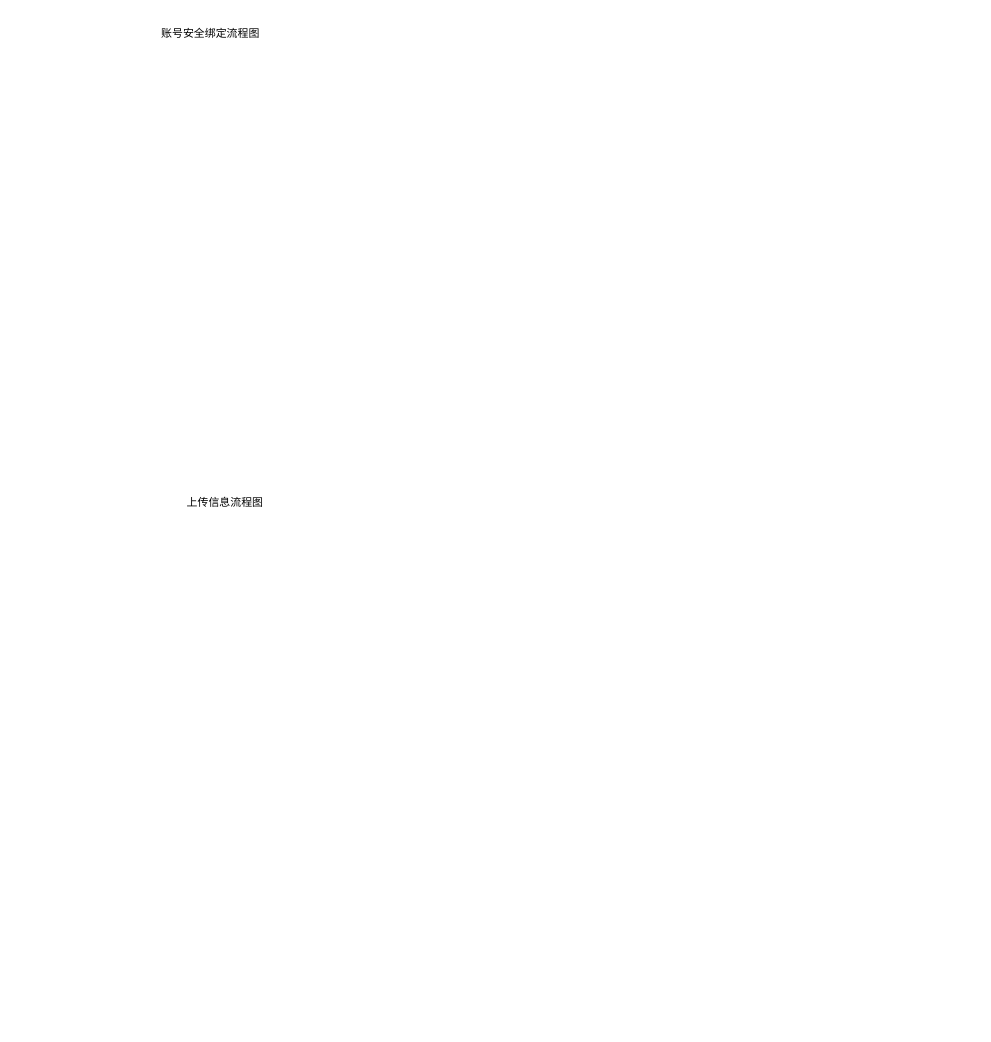
The draw.io diagram page "个人中心模块" (2 of 2) of 校园信息发布平台流程图.drawio in zzsbz/infodeli_drawio, before the edit. Source tidied: cells renumbered, new cells numbered last; positions are measured from the earlier drawing's top-left corner, leaving out a move shared by most shapes. Both pictures are drawn from the tidied source at 91%, with x=0, y=0 at pixel (34, 25).
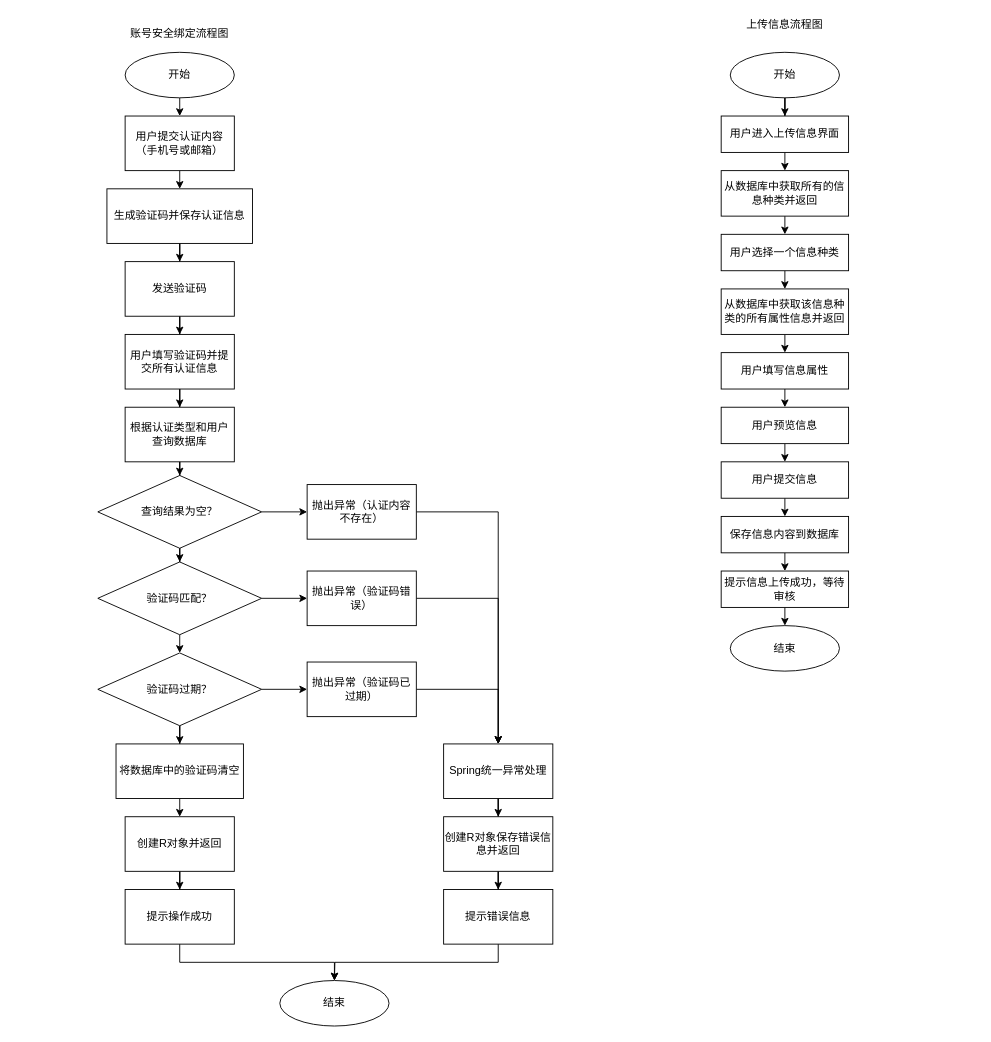
The same page after the edit.

What changed in the source:
```diff
@@
     <mxCell id="2" value="账号安全绑定流程图" style="text;html=1;strokeColor=none;fillColor=none;align=center;verticalAlign=middle;whiteSpace=wrap;rounded=0;" parent="1" vertex="1">
-      <mxGeometry x="14" width="360" height="20" as="geometry" />
+      <mxGeometry x="-20" width="360" height="20" as="geometry" />
     </mxCell>
     <mxCell id="3" value="上传信息流程图" style="text;html=1;strokeColor=none;fillColor=none;align=center;verticalAlign=middle;whiteSpace=wrap;rounded=0;" parent="1" vertex="1">
-      <mxGeometry y="515" width="420" height="20" as="geometry" />
+      <mxGeometry x="615" y="-10" width="420" height="20" as="geometry" />
     </mxCell>
+    <mxCell id="4" style="edgeStyle=orthogonalEdgeStyle;rounded=0;jettySize=auto;html=1;exitX=0.5;exitY=1;exitDx=0;exitDy=0;entryX=0.5;entryY=0;entryDx=0;entryDy=0;" parent="1" edge="1" source="5" target="11">
+      <mxGeometry relative="1" as="geometry" />
+    </mxCell>
+    <mxCell id="5" value="开始" style="ellipse;whiteSpace=wrap;html=1;" parent="1" vertex="1">
+      <mxGeometry x="100" y="30" width="120" height="50" as="geometry" />
+    </mxCell>
+    <mxCell id="6" value="结束" style="ellipse;whiteSpace=wrap;html=1;" parent="1" vertex="1">
+      <mxGeometry x="270" y="1050" width="120" height="50" as="geometry" />
+    </mxCell>
+    <mxCell id="7" value="结束" style="ellipse;whiteSpace=wrap;html=1;" parent="1" vertex="1">
+      <mxGeometry x="765" y="660" width="120" height="50" as="geometry" />
+    </mxCell>
+    <mxCell id="8" style="edgeStyle=orthogonalEdgeStyle;rounded=0;jettySize=auto;html=1;entryX=0.5;entryY=0;entryDx=0;entryDy=0;" parent="1" edge="1" source="9" target="48">
+      <mxGeometry relative="1" as="geometry" />
+    </mxCell>
+    <mxCell id="9" value="开始" style="ellipse;whiteSpace=wrap;html=1;" parent="1" vertex="1">
+      <mxGeometry x="765" y="30" width="120" height="50" as="geometry" />
+    </mxCell>
+    <mxCell id="10" style="edgeStyle=orthogonalEdgeStyle;rounded=0;jettySize=auto;html=1;exitX=0.5;exitY=1;exitDx=0;exitDy=0;entryX=0.5;entryY=0;entryDx=0;entryDy=0;" parent="1" edge="1" source="11" target="13">
+      <mxGeometry relative="1" as="geometry" />
+    </mxCell>
+    <mxCell id="11" value="用户提交认证内容（手机号或邮箱）" style="rounded=0;whiteSpace=wrap;html=1;" parent="1" vertex="1">
+      <mxGeometry x="100" y="100" width="120" height="60" as="geometry" />
+    </mxCell>
+    <mxCell id="12" style="edgeStyle=orthogonalEdgeStyle;rounded=0;jettySize=auto;html=1;exitX=0.5;exitY=1;exitDx=0;exitDy=0;" parent="1" edge="1" source="13" target="15">
+      <mxGeometry relative="1" as="geometry" />
+    </mxCell>
+    <mxCell id="13" value="生成验证码并保存认证信息" style="rounded=0;whiteSpace=wrap;html=1;" parent="1" vertex="1">
+      <mxGeometry x="80" y="180" width="160" height="60" as="geometry" />
+    </mxCell>
+    <mxCell id="14" style="edgeStyle=orthogonalEdgeStyle;rounded=0;jettySize=auto;html=1;exitX=0.5;exitY=1;exitDx=0;exitDy=0;" parent="1" edge="1" source="15" target="17">
+      <mxGeometry relative="1" as="geometry" />
+    </mxCell>
+    <mxCell id="15" value="发送验证码" style="rounded=0;whiteSpace=wrap;html=1;" parent="1" vertex="1">
+      <mxGeometry x="100" y="260" width="120" height="60" as="geometry" />
+    </mxCell>
+    <mxCell id="16" style="edgeStyle=orthogonalEdgeStyle;rounded=0;jettySize=auto;html=1;exitX=0.5;exitY=1;exitDx=0;exitDy=0;" parent="1" edge="1" source="17" target="19">
+      <mxGeometry relative="1" as="geometry" />
+    </mxCell>
+    <mxCell id="17" value="用户填写验证码并提交所有认证信息" style="rounded=0;whiteSpace=wrap;html=1;" parent="1" vertex="1">
+      <mxGeometry x="100" y="340" width="120" height="60" as="geometry" />
+    </mxCell>
+    <mxCell id="18" style="edgeStyle=orthogonalEdgeStyle;rounded=0;jettySize=auto;html=1;exitX=0.5;exitY=1;exitDx=0;exitDy=0;" parent="1" edge="1" source="19" target="24">
+      <mxGeometry relative="1" as="geometry" />
+    </mxCell>
+    <mxCell id="19" value="根据认证类型和用户查询数据库" style="rounded=0;whiteSpace=wrap;html=1;" parent="1" vertex="1">
+      <mxGeometry x="100" y="420" width="120" height="60" as="geometry" />
+    </mxCell>
+    <mxCell id="20" style="edgeStyle=orthogonalEdgeStyle;rounded=0;jettySize=auto;html=1;exitX=1;exitY=0.5;exitDx=0;exitDy=0;" parent="1" edge="1" source="21" target="26">
+      <mxGeometry relative="1" as="geometry" />
+    </mxCell>
+    <mxCell id="21" value="抛出异常（认证内容不存在）" style="rounded=0;whiteSpace=wrap;html=1;" parent="1" vertex="1">
+      <mxGeometry x="300" y="505" width="120" height="60" as="geometry" />
+    </mxCell>
+    <mxCell id="22" style="edgeStyle=orthogonalEdgeStyle;rounded=0;jettySize=auto;html=1;exitX=1;exitY=0.5;exitDx=0;exitDy=0;" parent="1" edge="1" source="24" target="21">
+      <mxGeometry relative="1" as="geometry" />
+    </mxCell>
+    <mxCell id="23" style="edgeStyle=orthogonalEdgeStyle;rounded=0;jettySize=auto;html=1;exitX=0.5;exitY=1;exitDx=0;exitDy=0;" parent="1" edge="1" source="24" target="31">
+      <mxGeometry relative="1" as="geometry" />
+    </mxCell>
+    <mxCell id="24" value="查询结果为空？" style="rhombus;whiteSpace=wrap;html=1;" parent="1" vertex="1">
+      <mxGeometry x="70" y="495" width="180" height="80" as="geometry" />
+    </mxCell>
+    <mxCell id="25" style="edgeStyle=orthogonalEdgeStyle;rounded=0;jettySize=auto;html=1;exitX=0.5;exitY=1;exitDx=0;exitDy=0;" parent="1" edge="1" source="26" target="42">
+      <mxGeometry relative="1" as="geometry" />
+    </mxCell>
+    <mxCell id="26" value="Spring统一异常处理" style="rounded=0;whiteSpace=wrap;html=1;" parent="1" vertex="1">
+      <mxGeometry x="450" y="790" width="120" height="60" as="geometry" />
+    </mxCell>
+    <mxCell id="27" style="edgeStyle=orthogonalEdgeStyle;rounded=0;jettySize=auto;html=1;exitX=1;exitY=0.5;exitDx=0;exitDy=0;" parent="1" edge="1" source="28" target="26">
+      <mxGeometry relative="1" as="geometry" />
+    </mxCell>
+    <mxCell id="28" value="抛出异常（验证码错误）" style="rounded=0;whiteSpace=wrap;html=1;" parent="1" vertex="1">
+      <mxGeometry x="300" y="600" width="120" height="60" as="geometry" />
+    </mxCell>
+    <mxCell id="29" style="edgeStyle=orthogonalEdgeStyle;rounded=0;jettySize=auto;html=1;exitX=1;exitY=0.5;exitDx=0;exitDy=0;entryX=0;entryY=0.5;entryDx=0;entryDy=0;" parent="1" edge="1" source="31" target="28">
+      <mxGeometry relative="1" as="geometry" />
+    </mxCell>
+    <mxCell id="30" style="edgeStyle=orthogonalEdgeStyle;rounded=0;jettySize=auto;html=1;exitX=0.5;exitY=1;exitDx=0;exitDy=0;entryX=0.5;entryY=0;entryDx=0;entryDy=0;" parent="1" edge="1" source="31" target="34">
+      <mxGeometry relative="1" as="geometry" />
+    </mxCell>
+    <mxCell id="31" value="验证码匹配？" style="rhombus;whiteSpace=wrap;html=1;" parent="1" vertex="1">
+      <mxGeometry x="70" y="590" width="180" height="80" as="geometry" />
+    </mxCell>
+    <mxCell id="32" style="edgeStyle=orthogonalEdgeStyle;rounded=0;jettySize=auto;html=1;exitX=1;exitY=0.5;exitDx=0;exitDy=0;" parent="1" edge="1" source="34" target="36">
+      <mxGeometry relative="1" as="geometry" />
+    </mxCell>
+    <mxCell id="33" style="edgeStyle=orthogonalEdgeStyle;rounded=0;jettySize=auto;html=1;exitX=0.5;exitY=1;exitDx=0;exitDy=0;" parent="1" edge="1" source="34" target="38">
+      <mxGeometry relative="1" as="geometry" />
+    </mxCell>
+    <mxCell id="34" value="验证码过期？" style="rhombus;whiteSpace=wrap;html=1;" parent="1" vertex="1">
+      <mxGeometry x="70" y="690" width="180" height="80" as="geometry" />
+    </mxCell>
+    <mxCell id="35" style="edgeStyle=orthogonalEdgeStyle;rounded=0;jettySize=auto;html=1;exitX=1;exitY=0.5;exitDx=0;exitDy=0;" parent="1" edge="1" source="36" target="26">
+      <mxGeometry relative="1" as="geometry" />
+    </mxCell>
+    <mxCell id="36" value="抛出异常（验证码已过期）" style="rounded=0;whiteSpace=wrap;html=1;" parent="1" vertex="1">
+      <mxGeometry x="300" y="700" width="120" height="60" as="geometry" />
+    </mxCell>
+    <mxCell id="37" style="edgeStyle=orthogonalEdgeStyle;rounded=0;jettySize=auto;html=1;exitX=0.5;exitY=1;exitDx=0;exitDy=0;entryX=0.5;entryY=0;entryDx=0;entryDy=0;" parent="1" edge="1" source="38" target="40">
+      <mxGeometry relative="1" as="geometry" />
+    </mxCell>
+    <mxCell id="38" value="将数据库中的验证码清空" style="rounded=0;whiteSpace=wrap;html=1;" parent="1" vertex="1">
+      <mxGeometry x="90" y="790" width="140" height="60" as="geometry" />
+    </mxCell>
+    <mxCell id="39" style="edgeStyle=orthogonalEdgeStyle;rounded=0;jettySize=auto;html=1;exitX=0.5;exitY=1;exitDx=0;exitDy=0;" parent="1" edge="1" source="40" target="44">
+      <mxGeometry relative="1" as="geometry" />
+    </mxCell>
+    <mxCell id="40" value="创建R对象并返回" style="rounded=0;whiteSpace=wrap;html=1;" parent="1" vertex="1">
+      <mxGeometry x="100" y="870" width="120" height="60" as="geometry" />
+    </mxCell>
+    <mxCell id="41" style="edgeStyle=orthogonalEdgeStyle;rounded=0;jettySize=auto;html=1;exitX=0.5;exitY=1;exitDx=0;exitDy=0;" parent="1" edge="1" source="42" target="46">
+      <mxGeometry relative="1" as="geometry" />
+    </mxCell>
+    <mxCell id="42" value="创建R对象保存错误信息并返回" style="rounded=0;whiteSpace=wrap;html=1;" parent="1" vertex="1">
+      <mxGeometry x="450" y="870" width="120" height="60" as="geometry" />
+    </mxCell>
+    <mxCell id="43" style="edgeStyle=orthogonalEdgeStyle;rounded=0;jettySize=auto;html=1;exitX=0.5;exitY=1;exitDx=0;exitDy=0;" parent="1" edge="1" source="44" target="6">
+      <mxGeometry relative="1" as="geometry" />
+    </mxCell>
+    <mxCell id="44" value="提示操作成功" style="rounded=0;whiteSpace=wrap;html=1;" parent="1" vertex="1">
+      <mxGeometry x="100" y="950" width="120" height="60" as="geometry" />
+    </mxCell>
+    <mxCell id="45" style="edgeStyle=orthogonalEdgeStyle;rounded=0;jettySize=auto;html=1;exitX=0.5;exitY=1;exitDx=0;exitDy=0;" parent="1" edge="1" source="46">
+      <mxGeometry relative="1" as="geometry">
+        <mxPoint x="330" y="1050" as="targetPoint" />
+      </mxGeometry>
+    </mxCell>
+    <mxCell id="46" value="提示错误信息" style="rounded=0;whiteSpace=wrap;html=1;" parent="1" vertex="1">
+      <mxGeometry x="450" y="950" width="120" height="60" as="geometry" />
+    </mxCell>
+    <mxCell id="47" style="edgeStyle=orthogonalEdgeStyle;rounded=0;jettySize=auto;html=1;exitX=0.5;exitY=1;exitDx=0;exitDy=0;entryX=0.5;entryY=0;entryDx=0;entryDy=0;" parent="1" edge="1" source="48" target="50">
+      <mxGeometry relative="1" as="geometry" />
+    </mxCell>
+    <mxCell id="48" value="用户进入上传信息界面" style="rounded=0;whiteSpace=wrap;html=1;" parent="1" vertex="1">
+      <mxGeometry x="755" y="100" width="140" height="40" as="geometry" />
+    </mxCell>
+    <mxCell id="49" style="edgeStyle=orthogonalEdgeStyle;rounded=0;jettySize=auto;html=1;exitX=0.5;exitY=1;exitDx=0;exitDy=0;entryX=0.5;entryY=0;entryDx=0;entryDy=0;" parent="1" edge="1" source="50" target="52">
+      <mxGeometry relative="1" as="geometry" />
+    </mxCell>
+    <mxCell id="50" value="从数据库中获取所有的信息种类并返回" style="rounded=0;whiteSpace=wrap;html=1;" parent="1" vertex="1">
+      <mxGeometry x="755" y="160" width="140" height="50" as="geometry" />
+    </mxCell>
+    <mxCell id="51" style="edgeStyle=orthogonalEdgeStyle;rounded=0;jettySize=auto;html=1;exitX=0.5;exitY=1;exitDx=0;exitDy=0;entryX=0.5;entryY=0;entryDx=0;entryDy=0;" parent="1" edge="1" source="52" target="54">
+      <mxGeometry relative="1" as="geometry" />
+    </mxCell>
+    <mxCell id="52" value="用户选择一个信息种类" style="rounded=0;whiteSpace=wrap;html=1;" parent="1" vertex="1">
+      <mxGeometry x="755" y="230" width="140" height="40" as="geometry" />
+    </mxCell>
+    <mxCell id="53" style="edgeStyle=orthogonalEdgeStyle;rounded=0;jettySize=auto;html=1;exitX=0.5;exitY=1;exitDx=0;exitDy=0;entryX=0.5;entryY=0;entryDx=0;entryDy=0;" parent="1" edge="1" source="54" target="56">
+      <mxGeometry relative="1" as="geometry" />
+    </mxCell>
+    <mxCell id="54" value="从数据库中获取该信息种类的所有属性信息并返回" style="rounded=0;whiteSpace=wrap;html=1;" parent="1" vertex="1">
+      <mxGeometry x="755" y="290" width="140" height="50" as="geometry" />
+    </mxCell>
+    <mxCell id="55" style="edgeStyle=orthogonalEdgeStyle;rounded=0;jettySize=auto;html=1;exitX=0.5;exitY=1;exitDx=0;exitDy=0;entryX=0.5;entryY=0;entryDx=0;entryDy=0;" parent="1" edge="1" source="56" target="58">
+      <mxGeometry relative="1" as="geometry" />
+    </mxCell>
+    <mxCell id="56" value="用户填写信息属性" style="rounded=0;whiteSpace=wrap;html=1;" parent="1" vertex="1">
+      <mxGeometry x="755" y="360" width="140" height="40" as="geometry" />
+    </mxCell>
+    <mxCell id="57" style="edgeStyle=orthogonalEdgeStyle;rounded=0;jettySize=auto;html=1;exitX=0.5;exitY=1;exitDx=0;exitDy=0;entryX=0.5;entryY=0;entryDx=0;entryDy=0;" parent="1" edge="1" source="58" target="60">
+      <mxGeometry relative="1" as="geometry" />
+    </mxCell>
+    <mxCell id="58" value="用户预览信息" style="rounded=0;whiteSpace=wrap;html=1;" parent="1" vertex="1">
+      <mxGeometry x="755" y="420" width="140" height="40" as="geometry" />
+    </mxCell>
+    <mxCell id="59" style="edgeStyle=orthogonalEdgeStyle;rounded=0;jettySize=auto;html=1;exitX=0.5;exitY=1;exitDx=0;exitDy=0;entryX=0.5;entryY=0;entryDx=0;entryDy=0;" parent="1" edge="1" source="60" target="62">
+      <mxGeometry relative="1" as="geometry" />
+    </mxCell>
+    <mxCell id="60" value="用户提交信息" style="rounded=0;whiteSpace=wrap;html=1;" parent="1" vertex="1">
+      <mxGeometry x="755" y="480" width="140" height="40" as="geometry" />
+    </mxCell>
+    <mxCell id="61" style="edgeStyle=orthogonalEdgeStyle;rounded=0;jettySize=auto;html=1;exitX=0.5;exitY=1;exitDx=0;exitDy=0;entryX=0.5;entryY=0;entryDx=0;entryDy=0;" parent="1" edge="1" source="62" target="64">
+      <mxGeometry relative="1" as="geometry" />
+    </mxCell>
+    <mxCell id="62" value="保存信息内容到数据库" style="rounded=0;whiteSpace=wrap;html=1;" parent="1" vertex="1">
+      <mxGeometry x="755" y="540" width="140" height="40" as="geometry" />
+    </mxCell>
+    <mxCell id="63" style="edgeStyle=orthogonalEdgeStyle;rounded=0;jettySize=auto;html=1;exitX=0.5;exitY=1;exitDx=0;exitDy=0;entryX=0.5;entryY=0;entryDx=0;entryDy=0;" parent="1" edge="1" source="64" target="7">
+      <mxGeometry relative="1" as="geometry" />
+    </mxCell>
+    <mxCell id="64" value="提示信息上传成功，等待审核" style="rounded=0;whiteSpace=wrap;html=1;" parent="1" vertex="1">
+      <mxGeometry x="755" y="600" width="140" height="40" as="geometry" />
+    </mxCell>
```
